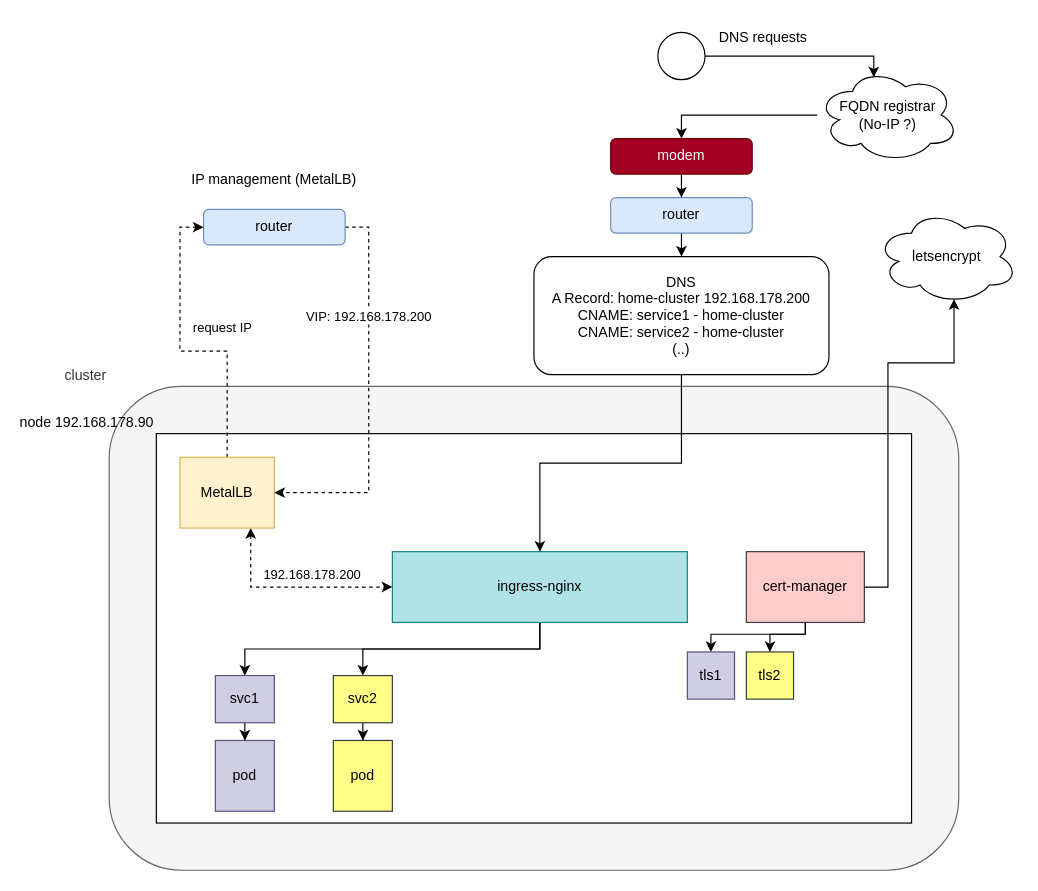
The draw.io diagram home-cluster.drawio in pste/home-cluster, before the edit. Source tidied: cells renumbered, new cells numbered last; positions are measured from the earlier drawing's top-left corner, leaving out a move shared by most shapes. Both pictures are drawn from the tidied source at 118%, with x=0, y=0 at pixel (109, 20).
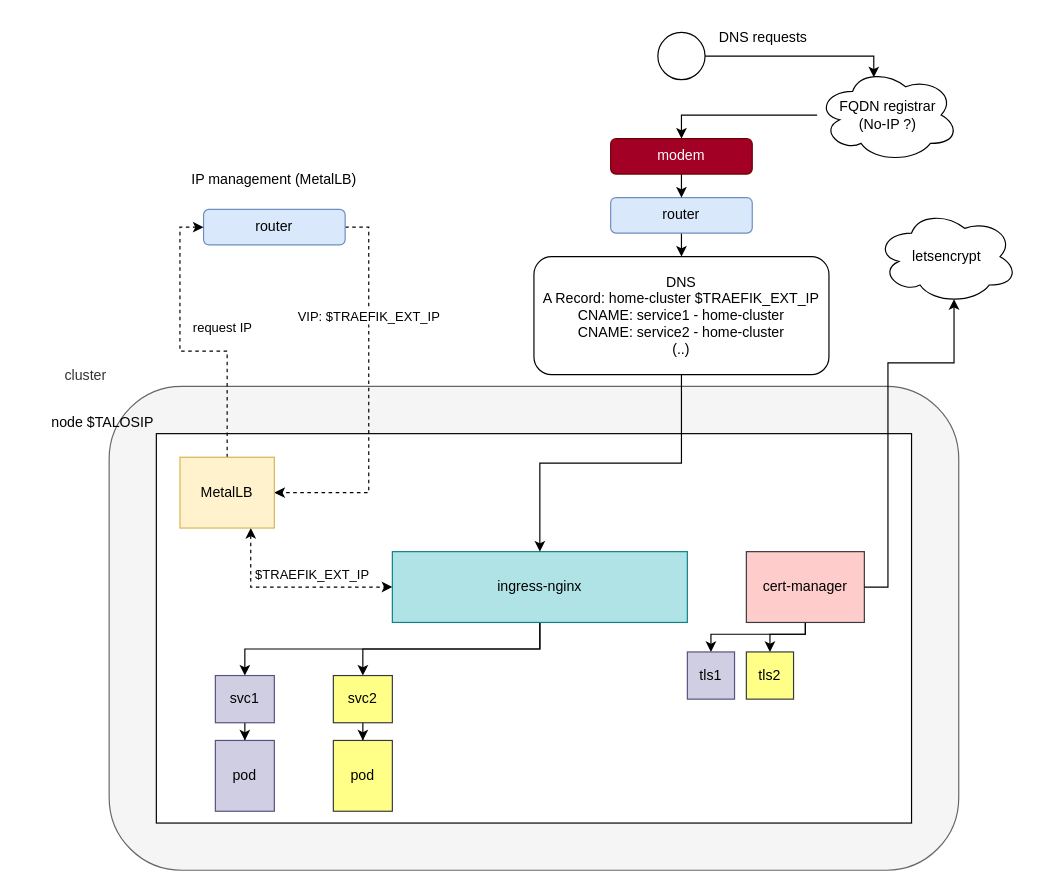
The same diagram, later.

Unchanged cells that the change refers to:
```xml
<mxCell id="5" value="router" style="rounded=1;whiteSpace=wrap;html=1;fillColor=#dae8fc;strokeColor=#6c8ebf;" parent="1" vertex="1">
  <mxGeometry x="80" y="160" width="120" height="30" as="geometry" />
</mxCell>
<mxCell id="8" value="MetalLB" style="rounded=0;whiteSpace=wrap;html=1;fillColor=#fff2cc;strokeColor=#d6b656;" parent="1" vertex="1">
  <mxGeometry x="60" y="370" width="80" height="60" as="geometry" />
</mxCell>
<mxCell id="11" value="ingress-nginx" style="rounded=0;whiteSpace=wrap;html=1;fillColor=#b0e3e6;strokeColor=#0e8088;" parent="1" vertex="1">
  <mxGeometry x="240" y="450" width="250" height="60" as="geometry" />
</mxCell>
```

Change to the diagram source:
```diff
@@
-    <mxCell id="3" value="node 192.168.178.90" style="rounded=0;whiteSpace=wrap;html=1;labelPosition=left;verticalLabelPosition=top;align=right;verticalAlign=bottom;" parent="1" vertex="1">
+    <mxCell id="3" value="node $TALOSIP" style="rounded=0;whiteSpace=wrap;html=1;labelPosition=left;verticalLabelPosition=top;align=right;verticalAlign=bottom;" parent="1" vertex="1">
       <mxGeometry x="40" y="350" width="640" height="330" as="geometry" />
     </mxCell>
-    <mxCell id="4" value="VIP: 192.168.178.200" style="edgeStyle=orthogonalEdgeStyle;rounded=0;jettySize=auto;html=1;exitX=1;exitY=0.5;exitDx=0;exitDy=0;entryX=1;entryY=0.5;entryDx=0;entryDy=0;dashed=1;" parent="1" edge="1" source="5" target="8">
+    <mxCell id="4" value="VIP: $TRAEFIK_EXT_IP" style="edgeStyle=orthogonalEdgeStyle;rounded=0;jettySize=auto;html=1;exitX=1;exitY=0.5;exitDx=0;exitDy=0;entryX=1;entryY=0.5;entryDx=0;entryDy=0;dashed=1;" parent="1" edge="1" source="5" target="8">
       <mxGeometry x="-0.41" relative="1" as="geometry" />
     </mxCell>
@@
-    <mxCell id="7" value="192.168.178.200" style="edgeStyle=orthogonalEdgeStyle;rounded=0;jettySize=auto;html=1;entryX=0;entryY=0.5;entryDx=0;entryDy=0;startArrow=classic;startFill=1;dashed=1;" parent="1" edge="1" source="8" target="11">
+    <mxCell id="7" value="$TRAEFIK_EXT_IP" style="edgeStyle=orthogonalEdgeStyle;rounded=0;jettySize=auto;html=1;entryX=0;entryY=0.5;entryDx=0;entryDy=0;startArrow=classic;startFill=1;dashed=1;" parent="1" edge="1" source="8" target="11">
       <mxGeometry x="0.2" y="10" relative="1" as="geometry">
         <Array as="points">
           <mxPoint x="120" y="480" />
         </Array>
       </mxGeometry>
     </mxCell>
@@
-    <mxCell id="15" value="DNS&lt;br&gt;A Record: home-cluster 192.168.178.200&lt;br&gt;CNAME: service1 - home-cluster&lt;br&gt;CNAME: service2 - home-cluster&lt;br&gt;(..)" style="rounded=1;whiteSpace=wrap;html=1;" parent="1" vertex="1">
+    <mxCell id="15" value="DNS&lt;br&gt;A Record: home-cluster $TRAEFIK_EXT_IP&lt;br&gt;CNAME: service1 - home-cluster&lt;br&gt;CNAME: service2 - home-cluster&lt;br&gt;(..)" style="rounded=1;whiteSpace=wrap;html=1;" parent="1" vertex="1">
       <mxGeometry x="360" y="200" width="250" height="100" as="geometry" />
     </mxCell>
```
